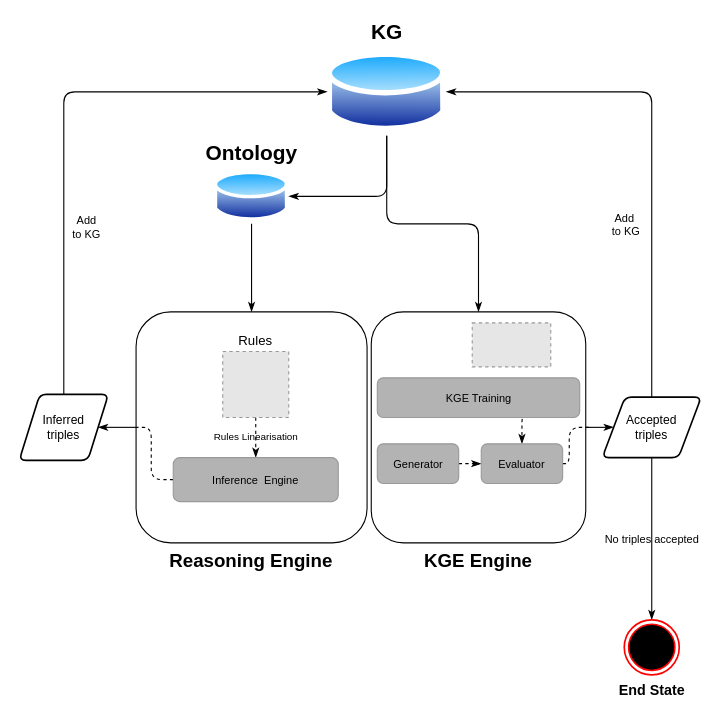
Above: page "Detailed" (4 of 4) of Thesis_diagrams.drawio in smejkka3/kge-w-rule-based-reasoning (draw.io), before the change. Source tidied: cells renumbered, new cells numbered last; positions are measured from the earlier drawing's top-left corner, leaving out a move shared by most shapes. Both pictures are drawn from the tidied source at 110%, with x=0, y=0 at pixel (19, 47). Pictures stored in the file or linked from it are replaced by grey dashed boxes.
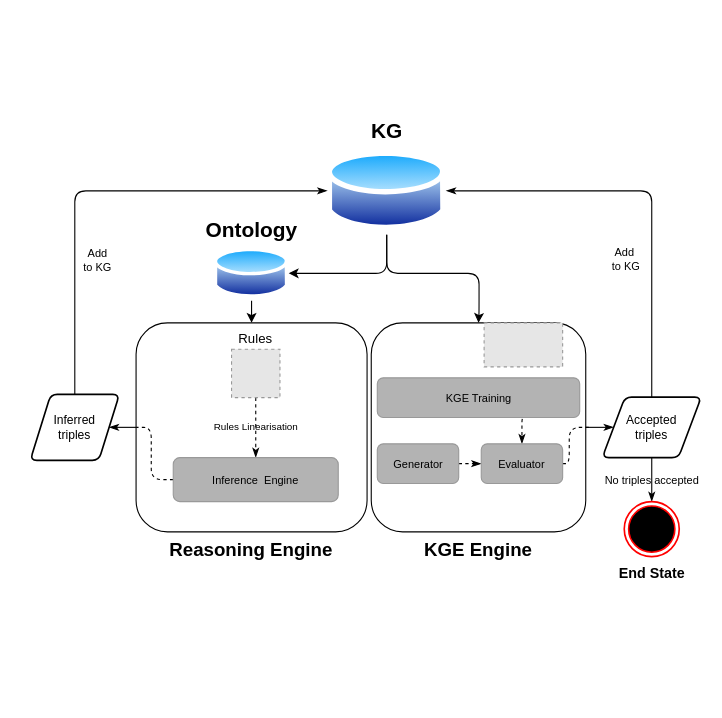
After the change.

Change to the diagram source:
```diff
@@
     <mxCell id="3" value="KGE Engine" style="rounded=1;whiteSpace=wrap;html=1;fillColor=none;fontSize=17;labelPosition=center;verticalLabelPosition=bottom;align=center;verticalAlign=top;fontStyle=1;" parent="1" vertex="1">
-      <mxGeometry x="320" y="240" width="195" height="210" as="geometry" />
+      <mxGeometry x="320" y="250" width="195" height="190" as="geometry" />
     </mxCell>
+    <mxCell id="5" style="edgeStyle=orthogonalEdgeStyle;rounded=1;jettySize=auto;html=1;exitX=0.5;exitY=1;exitDx=0;exitDy=0;entryX=1;entryY=0.5;entryDx=0;entryDy=0;" parent="1" edge="1" source="6" target="8">
+      <mxGeometry relative="1" as="geometry" />
+    </mxCell>
-    <mxCell id="4" style="edgeStyle=orthogonalEdgeStyle;rounded=1;jettySize=auto;html=1;exitX=0.5;exitY=1;exitDx=0;exitDy=0;fontSize=13;endArrow=classicThin;endFill=1;entryX=0.5;entryY=0;entryDx=0;entryDy=0;" parent="1" edge="1" source="6" target="3">
-      <mxGeometry relative="1" as="geometry" />
+    <mxCell id="4" style="edgeStyle=orthogonalEdgeStyle;rounded=1;jettySize=auto;html=1;exitX=0.5;exitY=1;exitDx=0;exitDy=0;entryX=0.5;entryY=0;entryDx=0;entryDy=0;" parent="1" edge="1" source="6" target="3">
+      <mxGeometry relative="1" as="geometry">
+        <Array as="points">
+          <mxPoint x="334" y="205" />
+          <mxPoint x="418" y="205" />
+          <mxPoint x="418" y="240" />
+        </Array>
+      </mxGeometry>
     </mxCell>
-    <mxCell id="5" style="edgeStyle=orthogonalEdgeStyle;rounded=1;jettySize=auto;html=1;exitX=0.5;exitY=1;exitDx=0;exitDy=0;entryX=1;entryY=0.5;entryDx=0;entryDy=0;fontSize=13;endArrow=classicThin;endFill=1;" parent="1" edge="1" source="6" target="8">
-      <mxGeometry relative="1" as="geometry" />
-    </mxCell>
     <mxCell id="6" value="KG" style="perimeter=ellipsePerimeter;html=1;align=center;shadow=0;dashed=0;spacingTop=3;image;image=img/lib/active_directory/database.svg;fillColor=none;fontSize=19;fontStyle=1;labelPosition=center;verticalLabelPosition=top;verticalAlign=bottom;" parent="1" vertex="1">
-      <mxGeometry x="280" width="108.1" height="80" as="geometry" />
+      <mxGeometry x="280" y="90" width="108.1" height="80" as="geometry" />
     </mxCell>
-    <mxCell id="7" style="edgeStyle=orthogonalEdgeStyle;rounded=1;jettySize=auto;html=1;exitX=0.5;exitY=1;exitDx=0;exitDy=0;entryX=0.5;entryY=0;entryDx=0;entryDy=0;fontSize=13;endArrow=classicThin;endFill=1;" parent="1" edge="1" source="8" target="10">
+    <mxCell id="7" style="edgeStyle=orthogonalEdgeStyle;rounded=1;jettySize=auto;html=1;exitX=0.5;exitY=1;exitDx=0;exitDy=0;" parent="1" edge="1" source="8" target="10">
       <mxGeometry relative="1" as="geometry" />
     </mxCell>
     <mxCell id="8" value="Ontology" style="perimeter=ellipsePerimeter;html=1;align=center;shadow=0;dashed=0;spacingTop=3;image;image=img/lib/active_directory/database.svg;fontSize=19;fillColor=none;fontStyle=1;labelBackgroundColor=none;labelPosition=center;verticalLabelPosition=top;verticalAlign=bottom;" parent="1" vertex="1">
-      <mxGeometry x="177.4" y="110" width="67.6" height="50" as="geometry" />
+      <mxGeometry x="177.4" y="180" width="67.6" height="50" as="geometry" />
     </mxCell>
@@
     <mxCell id="10" value="Reasoning Engine" style="rounded=1;whiteSpace=wrap;html=1;fontSize=17;fillColor=none;labelPosition=center;verticalLabelPosition=bottom;align=center;verticalAlign=top;fontStyle=1;" parent="1" vertex="1">
-      <mxGeometry x="106.2" y="240" width="210" height="210" as="geometry" />
+      <mxGeometry x="106.2" y="250" width="210" height="190" as="geometry" />
     </mxCell>
@@
     <mxCell id="12" value="Inferred &lt;br style=&quot;font-size: 11px;&quot;&gt;triples" style="shape=parallelogram;html=1;strokeWidth=1.5;perimeter=parallelogramPerimeter;whiteSpace=wrap;rounded=1;arcSize=12;size=0.23;fontSize=11;fillColor=none;verticalAlign=middle;align=center;" parent="1" vertex="1">
-      <mxGeometry y="315" width="81" height="60" as="geometry" />
+      <mxGeometry x="10" y="315" width="81" height="60" as="geometry" />
     </mxCell>
     <mxCell id="13" style="fillColor=#E6E6E6;strokeColor=#999999;dashed=1;verticalLabelPosition=bottom;verticalAlign=top;fontSize=10;" parent="1" vertex="1">
-      <mxGeometry x="411.8" y="250" width="71.4" height="40" as="geometry" />
+      <mxGeometry x="422.6" y="250" width="71.4" height="40" as="geometry" />
     </mxCell>
@@
     <mxCell id="15" value="Rules" style="fillColor=#E6E6E6;strokeColor=#999999;dashed=1;verticalLabelPosition=top;labelBackgroundColor=default;verticalAlign=bottom;labelPosition=center;align=center;" parent="1" vertex="1">
-      <mxGeometry x="185" y="276" width="60" height="60" as="geometry" />
+      <mxGeometry x="193" y="274" width="44" height="44" as="geometry" />
     </mxCell>
@@
     <mxCell id="27" value="End State" style="ellipse;html=1;shape=endState;fillColor=#000000;strokeColor=#ff0000;labelBackgroundColor=none;fillStyle=solid;strokeWidth=1.5;fontSize=13;labelPosition=center;verticalLabelPosition=bottom;align=center;verticalAlign=top;fontStyle=1;" parent="1" vertex="1">
-      <mxGeometry x="550" y="520" width="50" height="50" as="geometry" />
+      <mxGeometry x="550" y="412.5" width="50" height="50" as="geometry" />
     </mxCell>
```
